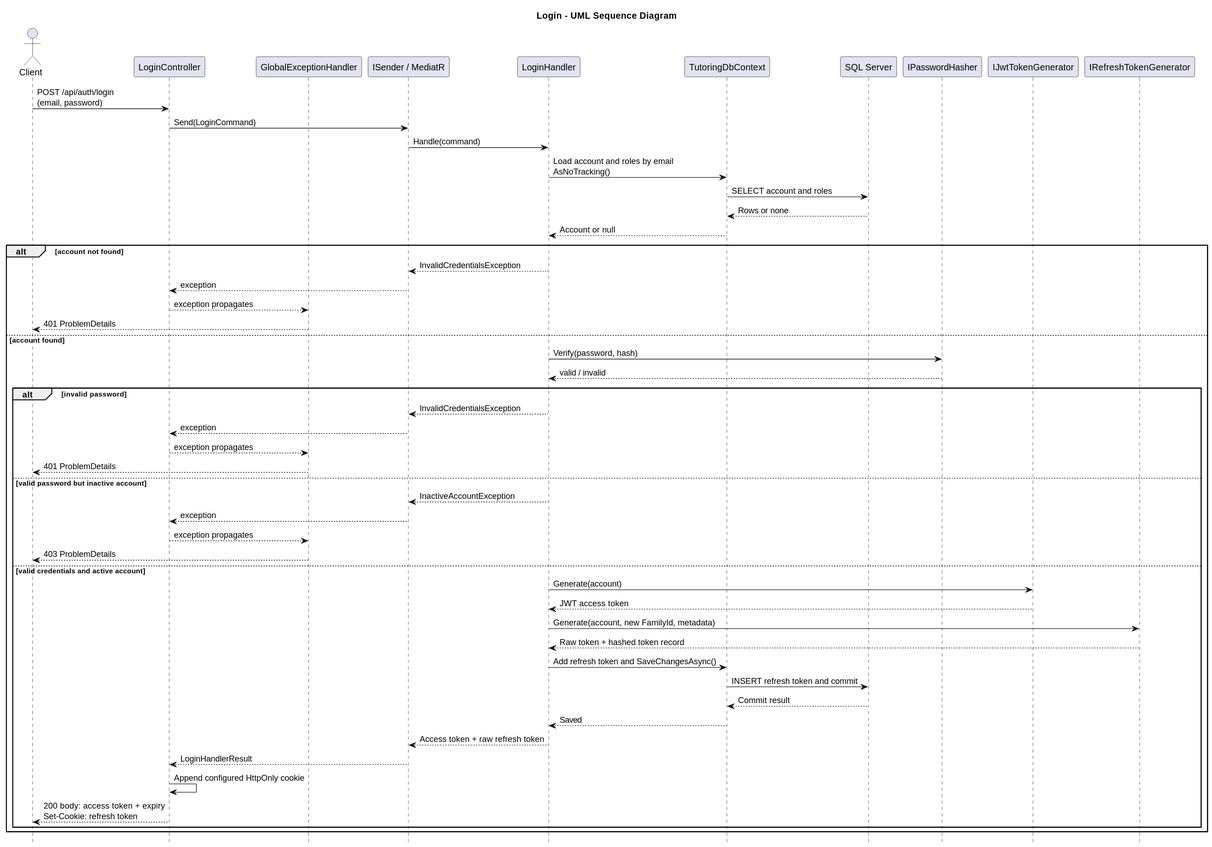
The PlantUML diagram docs/technical_docs/backend_docs/user_stories/us_002/diagrams/login.svg in JStec0312/Tutoring-CRM-System, before a commit. Its diagram source:
```plantuml
@startuml
title Login - UML Sequence Diagram

hide footbox

actor Client
participant LoginController
participant GlobalExceptionHandler
participant "ISender / MediatR" as MediatR
participant LoginHandler
participant TutoringDbContext
participant "SQL Server" as Database
participant IPasswordHasher as PasswordHasher
participant IJwtTokenGenerator as JwtTokenGenerator
participant IRefreshTokenGenerator as RefreshTokenGenerator

Client -> LoginController : POST /api/auth/login\n(email, password)
LoginController -> MediatR : Send(LoginCommand)
MediatR -> LoginHandler : Handle(command)
LoginHandler -> TutoringDbContext : Load account and roles by email\nAsNoTracking()
TutoringDbContext -> Database : SELECT account and roles
Database --> TutoringDbContext : Rows or none
TutoringDbContext --> LoginHandler : Account or null

alt account not found
    LoginHandler --> MediatR : InvalidCredentialsException
    MediatR --> LoginController : exception
    LoginController --> GlobalExceptionHandler : exception propagates
    GlobalExceptionHandler --> Client : 401 ProblemDetails
else account found
    LoginHandler -> PasswordHasher : Verify(password, hash)
    PasswordHasher --> LoginHandler : valid / invalid
    alt invalid password
        LoginHandler --> MediatR : InvalidCredentialsException
        MediatR --> LoginController : exception
        LoginController --> GlobalExceptionHandler : exception propagates
        GlobalExceptionHandler --> Client : 401 ProblemDetails
    else valid password but inactive account
        LoginHandler --> MediatR : InactiveAccountException
        MediatR --> LoginController : exception
        LoginController --> GlobalExceptionHandler : exception propagates
        GlobalExceptionHandler --> Client : 403 ProblemDetails
    else valid credentials and active account
        LoginHandler -> JwtTokenGenerator : Generate(account)
        JwtTokenGenerator --> LoginHandler : JWT access token
        LoginHandler -> RefreshTokenGenerator : Generate(account, new FamilyId, metadata)
        RefreshTokenGenerator --> LoginHandler : Raw token + hashed token record
        LoginHandler -> TutoringDbContext : Add refresh token and SaveChangesAsync()
        TutoringDbContext -> Database : INSERT refresh token and commit
        Database --> TutoringDbContext : Commit result
        TutoringDbContext --> LoginHandler : Saved
        LoginHandler --> MediatR : Access token + raw refresh token
        MediatR --> LoginController : LoginHandlerResult
        LoginController -> LoginController : Append configured HttpOnly cookie
        LoginController --> Client : 200 body: access token + expiry\nSet-Cookie: refresh token
    end
end
@enduml
```
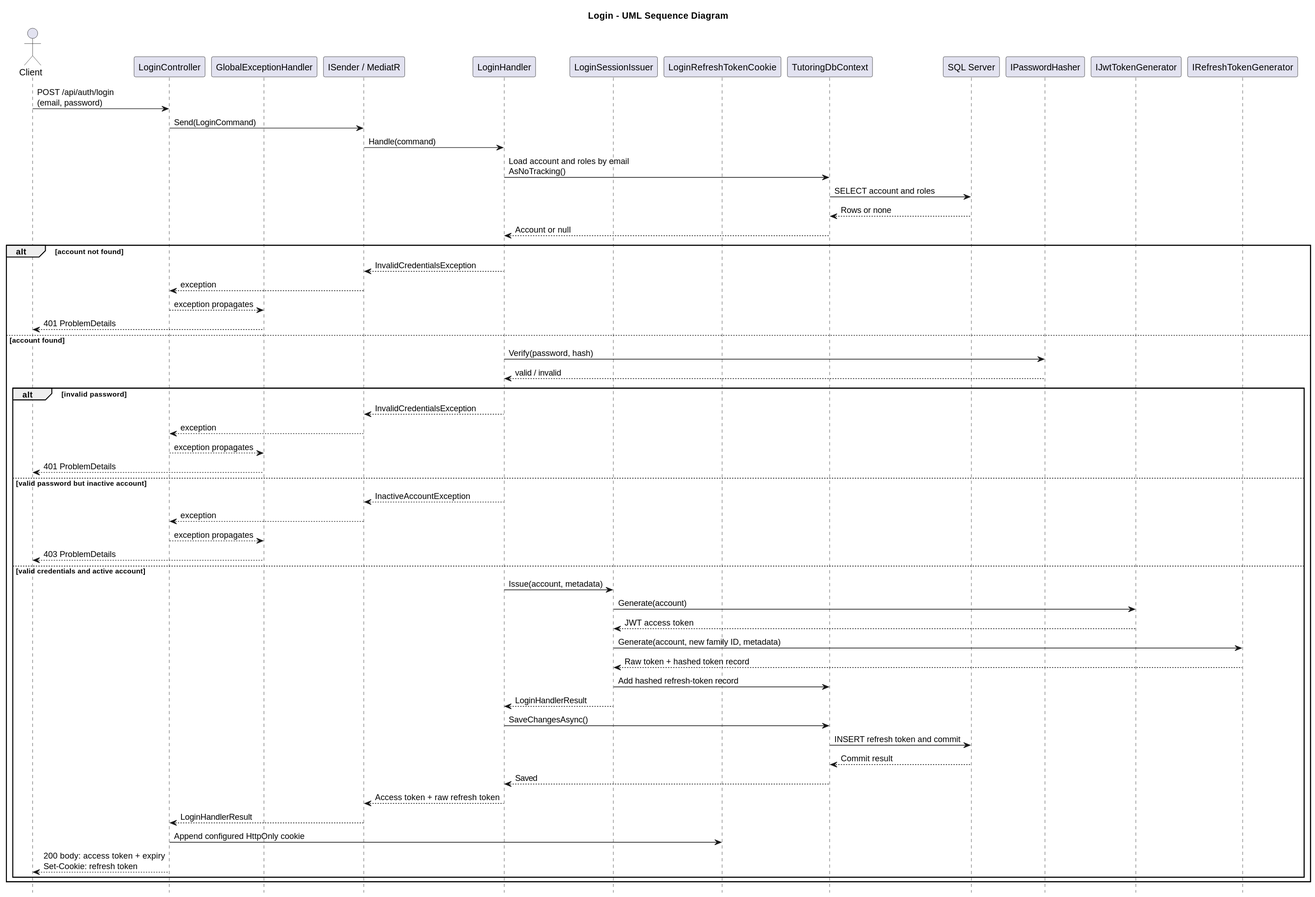
After the commit.

The edit, as a diff of the source:
```diff
@@ -1,4 +1,5 @@
 @startuml
+skinparam backgroundColor white
 title Login - UML Sequence Diagram
 
 hide footbox
@@ -8,6 +9,8 @@
 participant GlobalExceptionHandler
 participant "ISender / MediatR" as MediatR
 participant LoginHandler
+participant LoginSessionIssuer
+participant LoginRefreshTokenCookie
 participant TutoringDbContext
 participant "SQL Server" as Database
 participant IPasswordHasher as PasswordHasher
@@ -41,17 +44,20 @@
         LoginController --> GlobalExceptionHandler : exception propagates
         GlobalExceptionHandler --> Client : 403 ProblemDetails
     else valid credentials and active account
-        LoginHandler -> JwtTokenGenerator : Generate(account)
-        JwtTokenGenerator --> LoginHandler : JWT access token
-        LoginHandler -> RefreshTokenGenerator : Generate(account, new FamilyId, metadata)
-        RefreshTokenGenerator --> LoginHandler : Raw token + hashed token record
-        LoginHandler -> TutoringDbContext : Add refresh token and SaveChangesAsync()
+        LoginHandler -> LoginSessionIssuer : Issue(account, metadata)
+        LoginSessionIssuer -> JwtTokenGenerator : Generate(account)
+        JwtTokenGenerator --> LoginSessionIssuer : JWT access token
+        LoginSessionIssuer -> RefreshTokenGenerator : Generate(account, new family ID, metadata)
+        RefreshTokenGenerator --> LoginSessionIssuer : Raw token + hashed token record
+        LoginSessionIssuer -> TutoringDbContext : Add hashed refresh-token record
+        LoginSessionIssuer --> LoginHandler : LoginHandlerResult
+        LoginHandler -> TutoringDbContext : SaveChangesAsync()
         TutoringDbContext -> Database : INSERT refresh token and commit
         Database --> TutoringDbContext : Commit result
         TutoringDbContext --> LoginHandler : Saved
         LoginHandler --> MediatR : Access token + raw refresh token
         MediatR --> LoginController : LoginHandlerResult
-        LoginController -> LoginController : Append configured HttpOnly cookie
+        LoginController -> LoginRefreshTokenCookie : Append configured HttpOnly cookie
         LoginController --> Client : 200 body: access token + expiry\nSet-Cookie: refresh token
     end
 end
```
